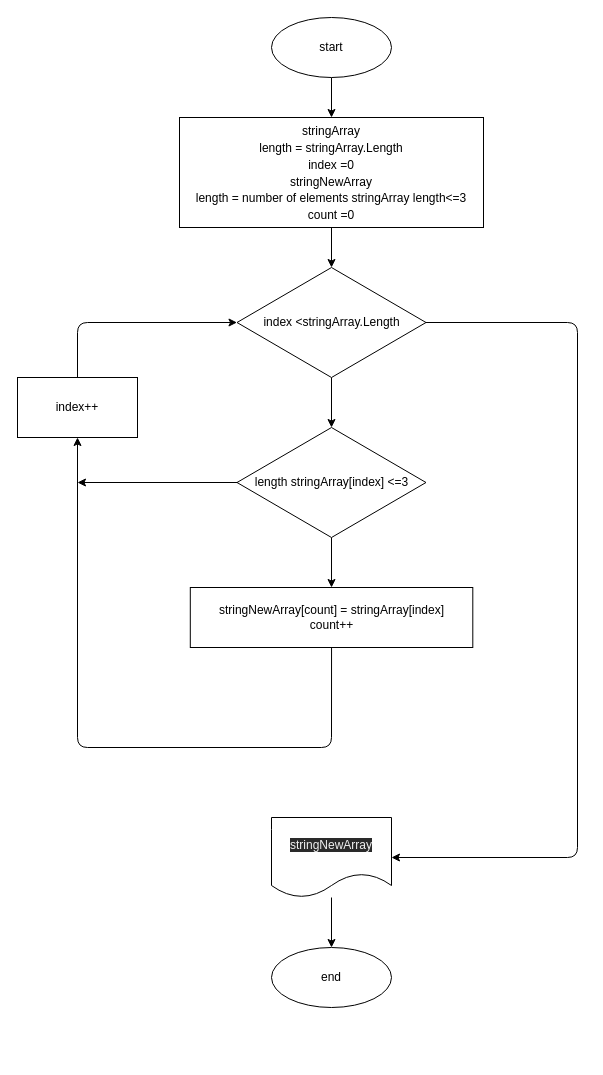
MaxVed110/Control-work keeps this draw.io diagram as flowcharts.drawio. Above is the earlier version. Source tidied: cells renumbered, new cells numbered last; positions are measured from the earlier drawing's top-left corner, leaving out a move shared by most shapes. Both pictures are drawn from the tidied source at 100%, with x=0, y=0 at pixel (17, 17).
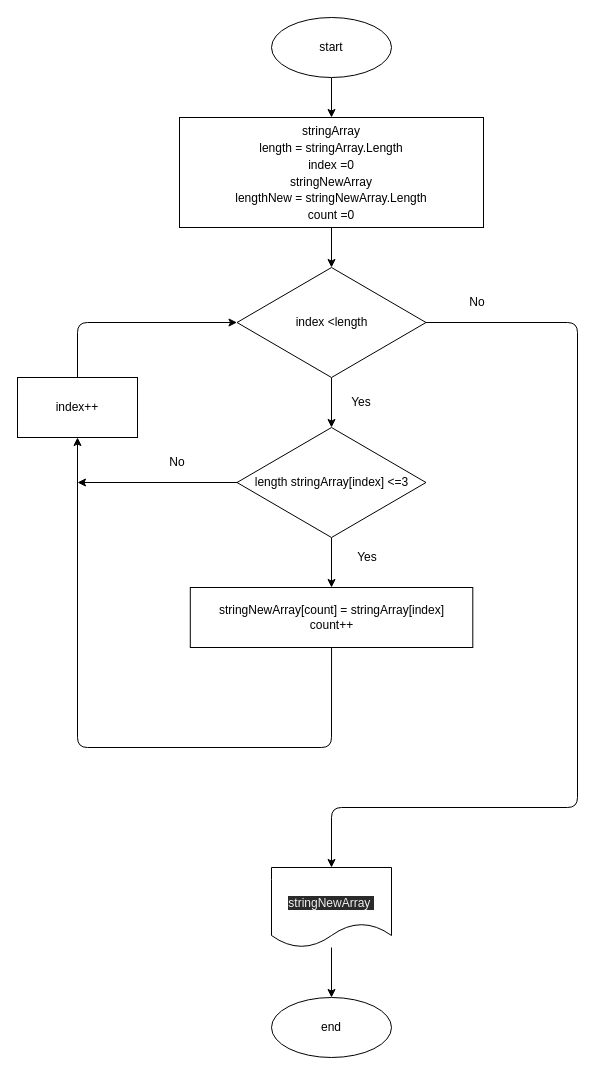
Above is the later version.

Diff of the diagram source:
```diff
@@
-    <mxCell id="5" value="&lt;font style=&quot;font-size: 12px&quot;&gt;stringArray&lt;br&gt;length = stringArray.Length&lt;br&gt;index =0&lt;br&gt;stringNewArray&lt;br&gt;length = number of elements stringArray length&amp;lt;=3&lt;br&gt;count =0&lt;br&gt;&lt;/font&gt;" style="rounded=0;whiteSpace=wrap;html=1;fontSize=14;" parent="1" vertex="1">
+    <mxCell id="5" value="&lt;font style=&quot;font-size: 12px&quot;&gt;stringArray&lt;br&gt;length = stringArray.Length&lt;br&gt;index =0&lt;br&gt;stringNewArray&lt;br&gt;lengthNew = stringNewArray.Length&lt;br&gt;count =0&lt;br&gt;&lt;/font&gt;" style="rounded=0;whiteSpace=wrap;html=1;fontSize=14;" parent="1" vertex="1">
       <mxGeometry x="162" y="100" width="304" height="110" as="geometry" />
     </mxCell>
@@
-    <mxCell id="7" style="edgeStyle=none;html=1;exitX=1;exitY=0.5;exitDx=0;exitDy=0;entryX=1;entryY=0.5;entryDx=0;entryDy=0;fontSize=12;" parent="1" edge="1" source="8" target="17">
+    <mxCell id="7" style="edgeStyle=none;html=1;exitX=1;exitY=0.5;exitDx=0;exitDy=0;fontSize=12;entryX=0.5;entryY=0;entryDx=0;entryDy=0;" parent="1" edge="1" source="8">
       <mxGeometry relative="1" as="geometry">
+        <mxPoint x="314" y="850" as="targetPoint" />
         <Array as="points">
           <mxPoint x="560" y="305" />
-          <mxPoint x="560" y="840" />
+          <mxPoint x="560" y="790" />
+          <mxPoint x="314" y="790" />
         </Array>
       </mxGeometry>
     </mxCell>
-    <mxCell id="8" value="index &amp;lt;stringArray.Length" style="rhombus;whiteSpace=wrap;html=1;fontSize=12;" parent="1" vertex="1">
+    <mxCell id="8" value="index &amp;lt;length" style="rhombus;whiteSpace=wrap;html=1;fontSize=12;" parent="1" vertex="1">
       <mxGeometry x="219.5" y="250" width="189" height="110" as="geometry" />
     </mxCell>
@@
-    <mxCell id="17" value="&#10;&#10;&lt;span style=&quot;color: rgb(240, 240, 240); font-family: helvetica; font-size: 12px; font-style: normal; font-weight: 400; letter-spacing: normal; text-align: center; text-indent: 0px; text-transform: none; word-spacing: 0px; background-color: rgb(42, 42, 42); display: inline; float: none;&quot;&gt;stringNewArray&lt;/span&gt;&#10;&#10;" style="shape=document;whiteSpace=wrap;html=1;boundedLbl=1;fontSize=12;" parent="1" vertex="1">
-      <mxGeometry x="254" y="800" width="120" height="80" as="geometry" />
+    <mxCell id="17" value="&lt;br&gt;&lt;span style=&quot;color: rgb(240 , 240 , 240) ; font-family: &amp;#34;helvetica&amp;#34; ; font-size: 12px ; font-style: normal ; font-weight: 400 ; letter-spacing: normal ; text-align: center ; text-indent: 0px ; text-transform: none ; word-spacing: 0px ; background-color: rgb(42 , 42 , 42) ; display: inline ; float: none&quot;&gt;stringNewArray&amp;nbsp;&lt;/span&gt;" style="shape=document;whiteSpace=wrap;html=1;boundedLbl=1;fontSize=12;" parent="1" vertex="1">
+      <mxGeometry x="254" y="850" width="120" height="80" as="geometry" />
     </mxCell>
     <mxCell id="18" value="&lt;font style=&quot;font-size: 12px&quot;&gt;end&lt;/font&gt;" style="ellipse;whiteSpace=wrap;html=1;" parent="1" vertex="1">
-      <mxGeometry x="254" y="930" width="120" height="60" as="geometry" />
+      <mxGeometry x="254" y="980" width="120" height="60" as="geometry" />
     </mxCell>
+    <mxCell id="19" value="Yes" style="text;html=1;strokeColor=none;fillColor=none;align=center;verticalAlign=middle;whiteSpace=wrap;rounded=0;fontSize=12;" parent="1" vertex="1">
+      <mxGeometry x="314" y="370" width="60" height="30" as="geometry" />
+    </mxCell>
+    <mxCell id="20" value="Yes" style="text;html=1;strokeColor=none;fillColor=none;align=center;verticalAlign=middle;whiteSpace=wrap;rounded=0;fontSize=12;" parent="1" vertex="1">
+      <mxGeometry x="320" y="525" width="60" height="30" as="geometry" />
+    </mxCell>
+    <mxCell id="21" value="No" style="text;html=1;strokeColor=none;fillColor=none;align=center;verticalAlign=middle;whiteSpace=wrap;rounded=0;fontSize=12;" parent="1" vertex="1">
+      <mxGeometry x="430" y="270" width="60" height="30" as="geometry" />
+    </mxCell>
+    <mxCell id="22" value="No" style="text;html=1;strokeColor=none;fillColor=none;align=center;verticalAlign=middle;whiteSpace=wrap;rounded=0;fontSize=12;" parent="1" vertex="1">
+      <mxGeometry x="130" y="430" width="60" height="30" as="geometry" />
+    </mxCell>
```
